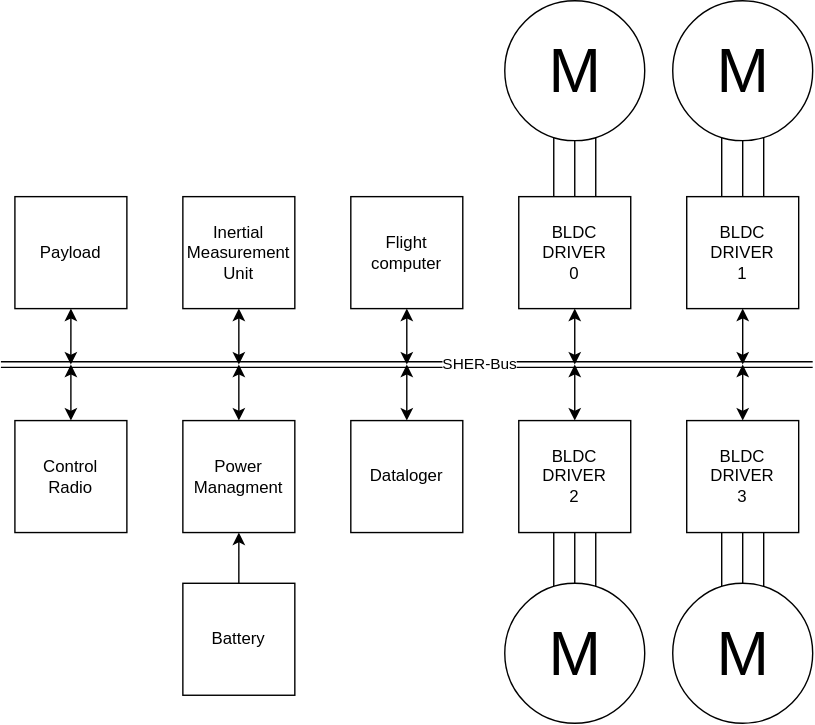
This is Figures/Drone.svg from cdg66/BUS_figures, a draw.io export, as it was before one commit. Source tidied: cells renumbered, new cells last; positions are measured from the earlier drawing's top-left corner, leaving out a move shared by most shapes.
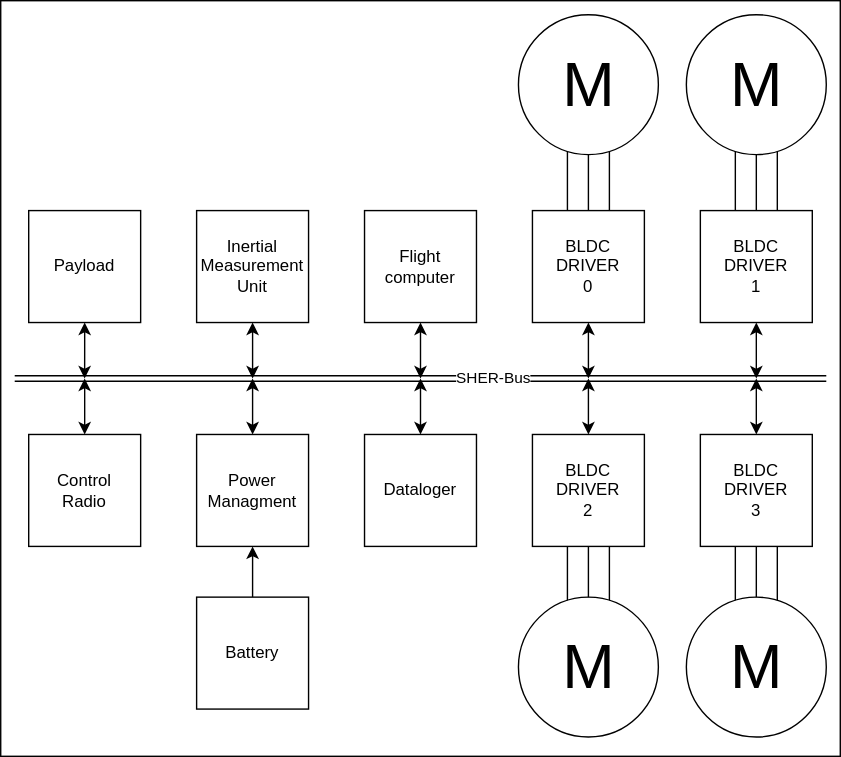
The same diagram one commit later.

Diff of the diagram source:
```diff
@@ -2,6 +2,9 @@
   <root>
     <mxCell id="0" />
     <mxCell id="1" parent="0" />
+    <mxCell id="33" style="rounded=0;whiteSpace=wrap;html=1;" parent="1" vertex="1">
+      <mxGeometry x="-10" y="-10" width="600" height="540" as="geometry" />
+    </mxCell>
     <mxCell id="2" style="verticalLabelPosition=bottom;shadow=0;dashed=0;align=center;html=1;verticalAlign=top;shape=mxgraph.electrical.transmission.3_line_bus;rotation=90;" parent="1" vertex="1">
       <mxGeometry x="503.8" y="386.2" width="52.5" height="30" as="geometry" />
     </mxCell>
```
